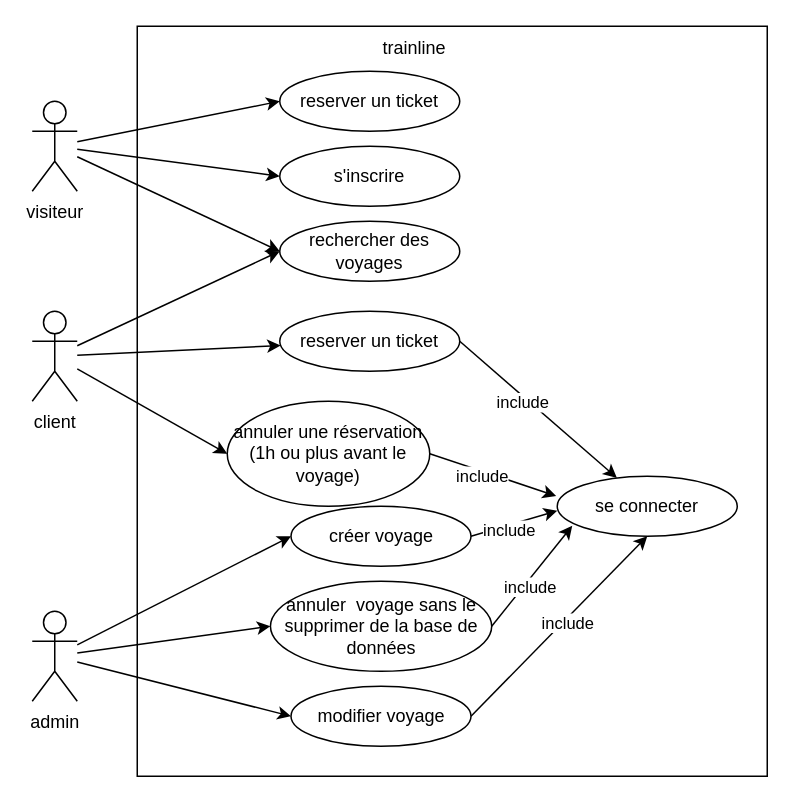
The draw.io diagram UML/usecase.drawio in yassineghorbal/trainline, before the edit. Source tidied: cells renumbered, new cells numbered last; positions are measured from the earlier drawing's top-left corner, leaving out a move shared by most shapes. Both pictures are drawn from the tidied source at 150%, with x=0, y=0 at pixel (32, 26).
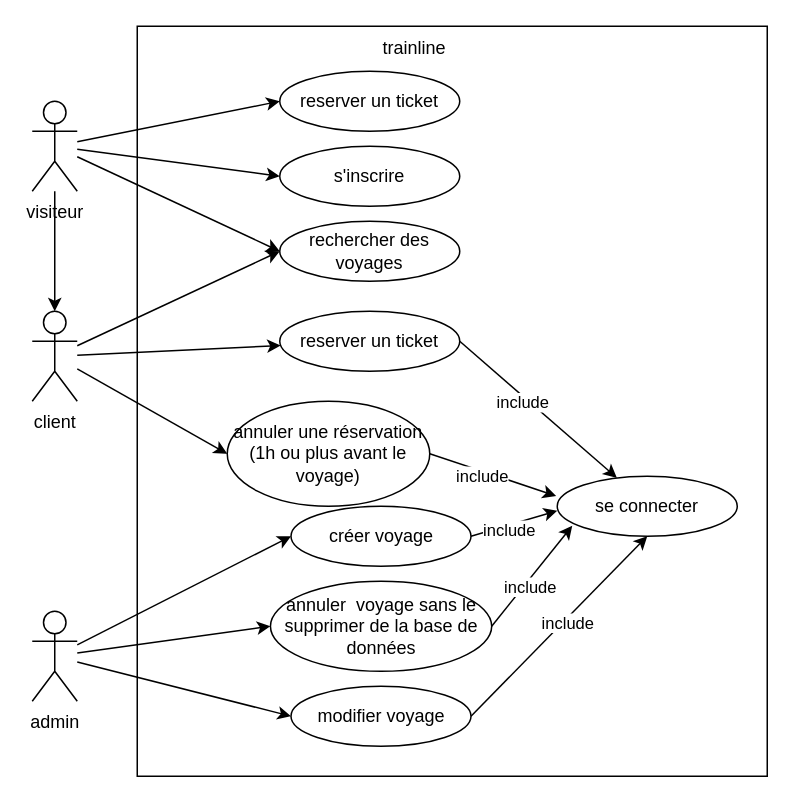
After the change.

Unchanged cells that the change refers to:
```xml
<mxCell id="7" value="visiteur" style="shape=umlActor;verticalLabelPosition=bottom;verticalAlign=top;html=1;outlineConnect=0;" parent="1" vertex="1">
  <mxGeometry y="50" width="30" height="60" as="geometry" />
</mxCell>
<mxCell id="11" value="client" style="shape=umlActor;verticalLabelPosition=bottom;verticalAlign=top;html=1;outlineConnect=0;" parent="1" vertex="1">
  <mxGeometry y="190" width="30" height="60" as="geometry" />
</mxCell>
```

What changed in the source:
```diff
@@
+    <mxCell id="35" style="edgeStyle=none;html=1;entryX=0.5;entryY=0;entryDx=0;entryDy=0;entryPerimeter=0;" parent="1" edge="1" source="7" target="11">
+      <mxGeometry relative="1" as="geometry" />
+    </mxCell>
```
